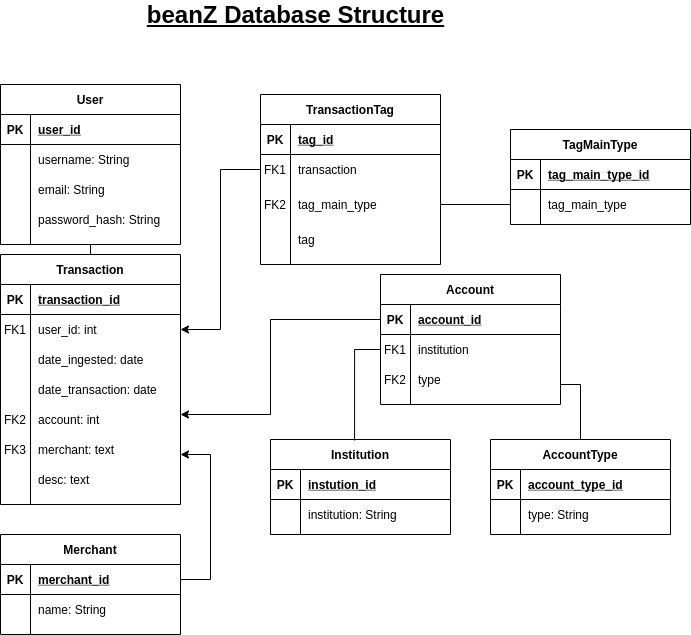
The draw.io diagram documentation/images/beanZ_DB_Structure.png in ericzastoupil/beanZ, before a commit. Source tidied: cells renumbered, new cells last; positions are measured from the earlier drawing's top-left corner, leaving out a move shared by most shapes.
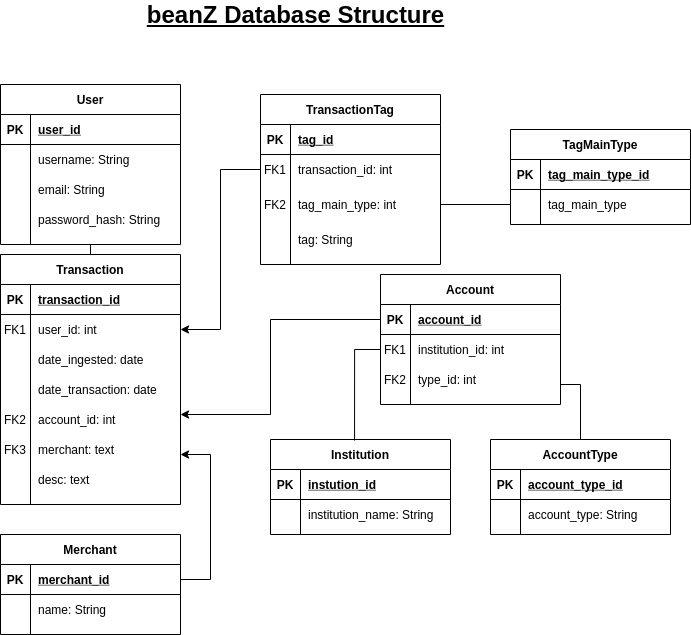
After the commit.

Commit message:
updated db design to get closer to reality

What changed in the source:
```diff
@@ -50,13 +50,13 @@
     <mxCell id="17" style="shape=partialRectangle;fillColor=none;top=0;left=0;bottom=0;right=0;overflow=hidden;" parent="16" vertex="1">
       <mxGeometry width="30" height="30" as="geometry" />
     </mxCell>
-    <mxCell id="18" value="institution: String" style="shape=partialRectangle;fillColor=none;top=0;left=0;bottom=0;right=0;align=left;spacingLeft=6;overflow=hidden;" parent="16" vertex="1">
+    <mxCell id="18" value="institution_name: String" style="shape=partialRectangle;fillColor=none;top=0;left=0;bottom=0;right=0;align=left;spacingLeft=6;overflow=hidden;" parent="16" vertex="1">
       <mxGeometry x="30" width="150" height="30" as="geometry" />
     </mxCell>
-    <mxCell id="19" value="account: int" style="shape=partialRectangle;fillColor=none;top=0;left=0;bottom=0;right=0;align=left;spacingLeft=6;overflow=hidden;" parent="1" vertex="1">
+    <mxCell id="19" value="account_id: int" style="shape=partialRectangle;fillColor=none;top=0;left=0;bottom=0;right=0;align=left;spacingLeft=6;overflow=hidden;" parent="1" vertex="1">
       <mxGeometry x="30" y="400" width="150" height="30" as="geometry" />
     </mxCell>
-    <mxCell id="20" value="tag" style="shape=partialRectangle;fillColor=none;top=0;left=0;bottom=0;right=0;align=left;spacingLeft=6;overflow=hidden;" parent="1" vertex="1">
+    <mxCell id="20" value="tag: String" style="shape=partialRectangle;fillColor=none;top=0;left=0;bottom=0;right=0;align=left;spacingLeft=6;overflow=hidden;" parent="1" vertex="1">
       <mxGeometry x="290" y="220" width="150" height="30" as="geometry" />
     </mxCell>
     <mxCell id="21" value="TransactionTag" style="shape=table;startSize=30;rowLines=0;fontStyle=1;align=center;" parent="1" vertex="1">
@@ -77,7 +77,7 @@
     <mxCell id="26" value="FK1" style="shape=partialRectangle;fillColor=none;top=0;left=0;bottom=0;right=0;overflow=hidden;" parent="25" vertex="1">
       <mxGeometry width="30" height="30" as="geometry" />
     </mxCell>
-    <mxCell id="27" value="transaction" style="shape=partialRectangle;fillColor=none;top=0;left=0;bottom=0;right=0;align=left;spacingLeft=6;overflow=hidden;" parent="25" vertex="1">
+    <mxCell id="27" value="transaction_id: int" style="shape=partialRectangle;fillColor=none;top=0;left=0;bottom=0;right=0;align=left;spacingLeft=6;overflow=hidden;" parent="25" vertex="1">
       <mxGeometry x="30" width="150" height="30" as="geometry" />
     </mxCell>
     <mxCell id="28" value="merchant: text" style="shape=partialRectangle;fillColor=none;top=0;left=0;bottom=0;right=0;align=left;spacingLeft=6;overflow=hidden;" parent="1" vertex="1">
@@ -125,7 +125,7 @@
     <mxCell id="42" value="FK1" style="shape=partialRectangle;fillColor=none;top=0;left=0;bottom=0;right=0;overflow=hidden;" parent="41" vertex="1">
       <mxGeometry width="30" height="30" as="geometry" />
     </mxCell>
-    <mxCell id="43" value="institution" style="shape=partialRectangle;fillColor=none;top=0;left=0;bottom=0;right=0;align=left;spacingLeft=6;overflow=hidden;" parent="41" vertex="1">
+    <mxCell id="43" value="institution_id: int" style="shape=partialRectangle;fillColor=none;top=0;left=0;bottom=0;right=0;align=left;spacingLeft=6;overflow=hidden;" parent="41" vertex="1">
       <mxGeometry x="30" width="150" height="30" as="geometry" />
     </mxCell>
     <mxCell id="44" value="AccountType" style="shape=table;startSize=30;rowLines=0;fontStyle=1;align=center;" parent="1" vertex="1">
@@ -146,13 +146,13 @@
     <mxCell id="49" style="shape=partialRectangle;fillColor=none;top=0;left=0;bottom=0;right=0;overflow=hidden;" parent="48" vertex="1">
       <mxGeometry width="30" height="30" as="geometry" />
     </mxCell>
-    <mxCell id="50" value="type: String" style="shape=partialRectangle;fillColor=none;top=0;left=0;bottom=0;right=0;align=left;spacingLeft=6;overflow=hidden;" parent="48" vertex="1">
+    <mxCell id="50" value="account_type: String" style="shape=partialRectangle;fillColor=none;top=0;left=0;bottom=0;right=0;align=left;spacingLeft=6;overflow=hidden;" parent="48" vertex="1">
       <mxGeometry x="30" width="150" height="30" as="geometry" />
     </mxCell>
     <mxCell id="51" value="FK2" style="shape=partialRectangle;fillColor=none;top=0;left=0;bottom=0;right=0;overflow=hidden;" parent="1" vertex="1">
       <mxGeometry x="380" y="360" width="30" height="30" as="geometry" />
     </mxCell>
-    <mxCell id="52" value="type" style="shape=partialRectangle;fillColor=none;top=0;left=0;bottom=0;right=0;align=left;spacingLeft=6;overflow=hidden;" parent="1" vertex="1">
+    <mxCell id="52" value="type_id: int" style="shape=partialRectangle;fillColor=none;top=0;left=0;bottom=0;right=0;align=left;spacingLeft=6;overflow=hidden;" parent="1" vertex="1">
       <mxGeometry x="410" y="360" width="150" height="30" as="geometry" />
     </mxCell>
     <mxCell id="53" value="&lt;b&gt;&lt;u&gt;&lt;font style=&quot;font-size: 24px&quot;&gt;beanZ Database Structure&lt;/font&gt;&lt;/u&gt;&lt;/b&gt;" style="text;html=1;align=center;verticalAlign=middle;fillColor=none;strokeColor=none;rounded=0;" parent="1" vertex="1">
@@ -173,7 +173,7 @@
         </Array>
       </mxGeometry>
     </mxCell>
-    <mxCell id="56" value="tag_main_type" style="shape=partialRectangle;fillColor=none;top=0;left=0;bottom=0;right=0;align=left;spacingLeft=6;overflow=hidden;" parent="1" vertex="1">
+    <mxCell id="56" value="tag_main_type: int" style="shape=partialRectangle;fillColor=none;top=0;left=0;bottom=0;right=0;align=left;spacingLeft=6;overflow=hidden;" parent="1" vertex="1">
       <mxGeometry x="290" y="185" width="150" height="30" as="geometry" />
     </mxCell>
     <mxCell id="57" value="FK2" style="shape=partialRectangle;fillColor=none;top=0;left=0;bottom=0;right=0;overflow=hidden;" parent="1" vertex="1">
```
